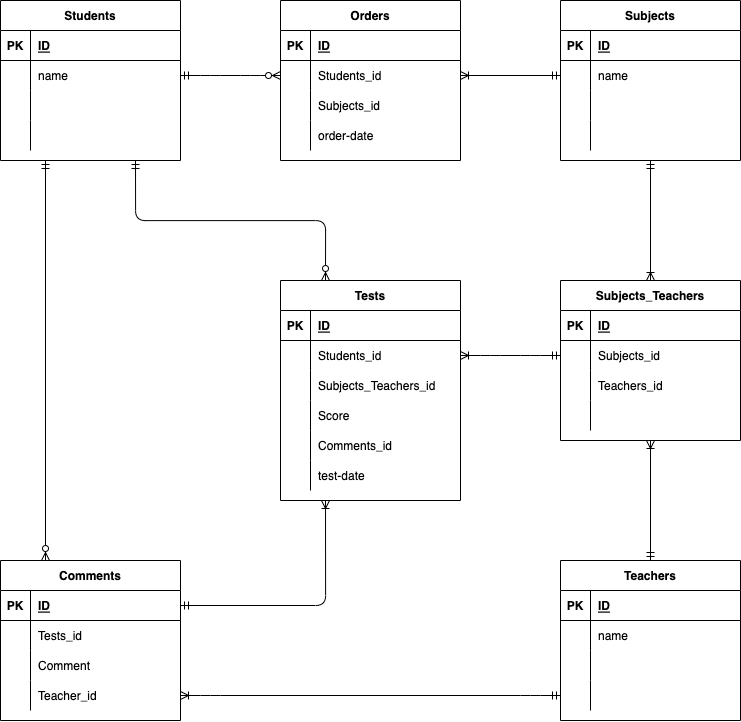
masanarimiura/20220520_miura keeps this draw.io diagram as index.drawio.png. Above is the earlier version. Source tidied: cells renumbered, new cells last; positions are measured from the earlier drawing's top-left corner, leaving out a move shared by most shapes.
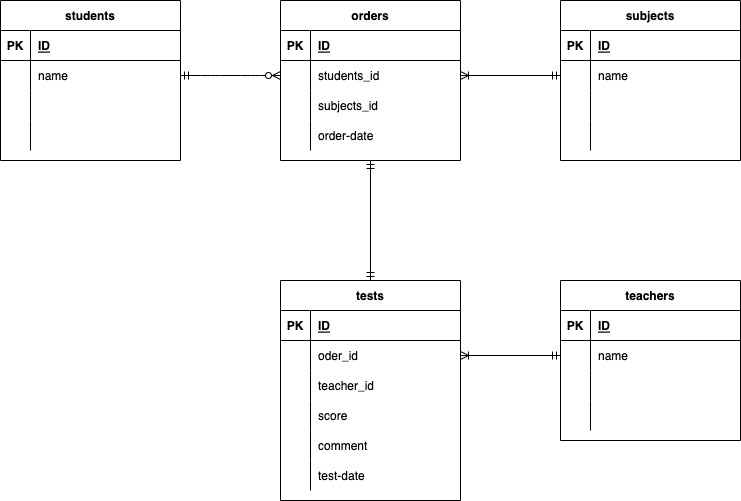
Later version of the same file.

Change to the diagram source:
```diff
@@ -2,7 +2,7 @@
   <root>
     <mxCell id="0" />
     <mxCell id="1" parent="0" />
-    <mxCell id="2" value="Students" style="shape=table;startSize=30;rowLines=0;fontStyle=1;align=center;" parent="1" vertex="1">
+    <mxCell id="2" value="students" style="shape=table;startSize=30;rowLines=0;fontStyle=1;align=center;" parent="1" vertex="1">
       <mxGeometry width="180" height="160" as="geometry" />
     </mxCell>
     <mxCell id="3" style="shape=partialRectangle;fillColor=none;top=0;left=0;bottom=1;right=0;" parent="2" vertex="1">
@@ -41,8 +41,8 @@
     <mxCell id="14" style="shape=partialRectangle;fillColor=none;top=0;left=0;bottom=0;right=0;align=left;spacingLeft=6;overflow=hidden;" parent="12" vertex="1">
       <mxGeometry x="30" width="150" height="30" as="geometry" />
     </mxCell>
-    <mxCell id="15" value="Teachers" style="shape=table;startSize=30;rowLines=0;fontStyle=1;align=center;" parent="1" vertex="1">
-      <mxGeometry x="560" y="560" width="180" height="160" as="geometry" />
+    <mxCell id="15" value="teachers" style="shape=table;startSize=30;rowLines=0;fontStyle=1;align=center;" parent="1" vertex="1">
+      <mxGeometry x="560" y="280" width="180" height="160" as="geometry" />
     </mxCell>
     <mxCell id="16" style="shape=partialRectangle;fillColor=none;top=0;left=0;bottom=1;right=0;" parent="15" vertex="1">
       <mxGeometry y="30" width="180" height="30" as="geometry" />
@@ -80,7 +80,7 @@
     <mxCell id="27" style="shape=partialRectangle;fillColor=none;top=0;left=0;bottom=0;right=0;align=left;spacingLeft=6;overflow=hidden;" parent="25" vertex="1">
       <mxGeometry x="30" width="150" height="30" as="geometry" />
     </mxCell>
-    <mxCell id="28" value="Tests" style="shape=table;startSize=30;rowLines=0;fontStyle=1;align=center;" parent="1" vertex="1">
+    <mxCell id="28" value="tests" style="shape=table;startSize=30;rowLines=0;fontStyle=1;align=center;" parent="1" vertex="1">
       <mxGeometry x="280" y="280" width="180" height="220" as="geometry" />
     </mxCell>
     <mxCell id="29" style="shape=partialRectangle;fillColor=none;top=0;left=0;bottom=1;right=0;" parent="28" vertex="1">
@@ -98,7 +98,7 @@
     <mxCell id="33" style="shape=partialRectangle;fillColor=none;top=0;left=0;bottom=0;right=0;overflow=hidden;" parent="32" vertex="1">
       <mxGeometry width="30" height="30" as="geometry" />
     </mxCell>
-    <mxCell id="34" value="Students_id" style="shape=partialRectangle;fillColor=none;top=0;left=0;bottom=0;right=0;align=left;spacingLeft=6;overflow=hidden;" parent="32" vertex="1">
+    <mxCell id="34" value="oder_id" style="shape=partialRectangle;fillColor=none;top=0;left=0;bottom=0;right=0;align=left;spacingLeft=6;overflow=hidden;" parent="32" vertex="1">
       <mxGeometry x="30" width="150" height="30" as="geometry" />
     </mxCell>
     <mxCell id="35" style="shape=partialRectangle;fillColor=none;top=0;left=0;bottom=0;right=0;" parent="28" vertex="1">
@@ -107,7 +107,7 @@
     <mxCell id="36" style="shape=partialRectangle;fillColor=none;top=0;left=0;bottom=0;right=0;overflow=hidden;" parent="35" vertex="1">
       <mxGeometry width="30" height="30" as="geometry" />
     </mxCell>
-    <mxCell id="37" value="Subjects_Teachers_id" style="shape=partialRectangle;fillColor=none;top=0;left=0;bottom=0;right=0;align=left;spacingLeft=6;overflow=hidden;" parent="35" vertex="1">
+    <mxCell id="37" value="teacher_id" style="shape=partialRectangle;fillColor=none;top=0;left=0;bottom=0;right=0;align=left;spacingLeft=6;overflow=hidden;" parent="35" vertex="1">
       <mxGeometry x="30" width="150" height="30" as="geometry" />
     </mxCell>
     <mxCell id="38" style="shape=partialRectangle;fillColor=none;top=0;left=0;bottom=0;right=0;" parent="28" vertex="1">
@@ -116,7 +116,7 @@
     <mxCell id="39" style="shape=partialRectangle;fillColor=none;top=0;left=0;bottom=0;right=0;overflow=hidden;" parent="38" vertex="1">
       <mxGeometry width="30" height="30" as="geometry" />
     </mxCell>
-    <mxCell id="40" value="Score" style="shape=partialRectangle;fillColor=none;top=0;left=0;bottom=0;right=0;align=left;spacingLeft=6;overflow=hidden;" parent="38" vertex="1">
+    <mxCell id="40" value="score" style="shape=partialRectangle;fillColor=none;top=0;left=0;bottom=0;right=0;align=left;spacingLeft=6;overflow=hidden;" parent="38" vertex="1">
       <mxGeometry x="30" width="150" height="30" as="geometry" />
     </mxCell>
     <mxCell id="41" style="shape=partialRectangle;fillColor=none;top=0;left=0;bottom=0;right=0;" parent="28" vertex="1">
@@ -125,7 +125,7 @@
     <mxCell id="42" style="shape=partialRectangle;fillColor=none;top=0;left=0;bottom=0;right=0;overflow=hidden;" parent="41" vertex="1">
       <mxGeometry width="30" height="30" as="geometry" />
     </mxCell>
-    <mxCell id="43" value="Comments_id" style="shape=partialRectangle;fillColor=none;top=0;left=0;bottom=0;right=0;align=left;spacingLeft=6;overflow=hidden;" parent="41" vertex="1">
+    <mxCell id="43" value="comment" style="shape=partialRectangle;fillColor=none;top=0;left=0;bottom=0;right=0;align=left;spacingLeft=6;overflow=hidden;" parent="41" vertex="1">
       <mxGeometry x="30" width="150" height="30" as="geometry" />
     </mxCell>
     <mxCell id="44" style="shape=partialRectangle;fillColor=none;top=0;left=0;bottom=0;right=0;" parent="28" vertex="1">
@@ -137,46 +137,7 @@
     <mxCell id="46" value="test-date" style="shape=partialRectangle;fillColor=none;top=0;left=0;bottom=0;right=0;align=left;spacingLeft=6;overflow=hidden;" parent="44" vertex="1">
       <mxGeometry x="30" width="150" height="30" as="geometry" />
     </mxCell>
-    <mxCell id="47" value="Subjects_Teachers" style="shape=table;startSize=30;rowLines=0;fontStyle=1;align=center;" parent="1" vertex="1">
-      <mxGeometry x="560" y="280" width="180" height="160" as="geometry" />
-    </mxCell>
-    <mxCell id="48" style="shape=partialRectangle;fillColor=none;top=0;left=0;bottom=1;right=0;" parent="47" vertex="1">
-      <mxGeometry y="30" width="180" height="30" as="geometry" />
-    </mxCell>
-    <mxCell id="49" value="PK" style="shape=partialRectangle;fillColor=none;top=0;left=0;bottom=0;right=0;fontStyle=1;overflow=hidden;" parent="48" vertex="1">
-      <mxGeometry width="30" height="30" as="geometry" />
-    </mxCell>
-    <mxCell id="50" value="ID" style="shape=partialRectangle;fillColor=none;top=0;left=0;bottom=0;right=0;align=left;spacingLeft=6;fontStyle=5;overflow=hidden;" parent="48" vertex="1">
-      <mxGeometry x="30" width="150" height="30" as="geometry" />
-    </mxCell>
-    <mxCell id="51" style="shape=partialRectangle;fillColor=none;top=0;left=0;bottom=0;right=0;points=[[0,0.5],[1,0.5]];portConstraint=eastwest;" parent="47" vertex="1">
-      <mxGeometry y="60" width="180" height="30" as="geometry" />
-    </mxCell>
-    <mxCell id="52" style="shape=partialRectangle;fillColor=none;top=0;left=0;bottom=0;right=0;overflow=hidden;" parent="51" vertex="1">
-      <mxGeometry width="30" height="30" as="geometry" />
-    </mxCell>
-    <mxCell id="53" value="Subjects_id" style="shape=partialRectangle;fillColor=none;top=0;left=0;bottom=0;right=0;align=left;spacingLeft=6;overflow=hidden;" parent="51" vertex="1">
-      <mxGeometry x="30" width="150" height="30" as="geometry" />
-    </mxCell>
-    <mxCell id="54" style="shape=partialRectangle;fillColor=none;top=0;left=0;bottom=0;right=0;" parent="47" vertex="1">
-      <mxGeometry y="90" width="180" height="30" as="geometry" />
-    </mxCell>
-    <mxCell id="55" style="shape=partialRectangle;fillColor=none;top=0;left=0;bottom=0;right=0;overflow=hidden;" parent="54" vertex="1">
-      <mxGeometry width="30" height="30" as="geometry" />
-    </mxCell>
-    <mxCell id="56" value="Teachers_id" style="shape=partialRectangle;fillColor=none;top=0;left=0;bottom=0;right=0;align=left;spacingLeft=6;overflow=hidden;" parent="54" vertex="1">
-      <mxGeometry x="30" width="150" height="30" as="geometry" />
-    </mxCell>
-    <mxCell id="57" style="shape=partialRectangle;fillColor=none;top=0;left=0;bottom=0;right=0;" parent="47" vertex="1">
-      <mxGeometry y="120" width="180" height="30" as="geometry" />
-    </mxCell>
-    <mxCell id="58" style="shape=partialRectangle;fillColor=none;top=0;left=0;bottom=0;right=0;overflow=hidden;" parent="57" vertex="1">
-      <mxGeometry width="30" height="30" as="geometry" />
-    </mxCell>
-    <mxCell id="59" style="shape=partialRectangle;fillColor=none;top=0;left=0;bottom=0;right=0;align=left;spacingLeft=6;overflow=hidden;" parent="57" vertex="1">
-      <mxGeometry x="30" width="150" height="30" as="geometry" />
-    </mxCell>
-    <mxCell id="60" value="Subjects" style="shape=table;startSize=30;rowLines=0;fontStyle=1;align=center;" parent="1" vertex="1">
+    <mxCell id="60" value="subjects" style="shape=table;startSize=30;rowLines=0;fontStyle=1;align=center;" parent="1" vertex="1">
       <mxGeometry x="560" width="180" height="160" as="geometry" />
     </mxCell>
     <mxCell id="61" style="shape=partialRectangle;fillColor=none;top=0;left=0;bottom=1;right=0;" parent="60" vertex="1">
@@ -215,7 +176,7 @@
     <mxCell id="72" style="shape=partialRectangle;fillColor=none;top=0;left=0;bottom=0;right=0;align=left;spacingLeft=6;overflow=hidden;" parent="70" vertex="1">
       <mxGeometry x="30" width="150" height="30" as="geometry" />
     </mxCell>
-    <mxCell id="73" value="Orders" style="shape=table;startSize=30;rowLines=0;fontStyle=1;align=center;" parent="1" vertex="1">
+    <mxCell id="73" value="orders" style="shape=table;startSize=30;rowLines=0;fontStyle=1;align=center;" parent="1" vertex="1">
       <mxGeometry x="280" width="180" height="160" as="geometry" />
     </mxCell>
     <mxCell id="74" style="shape=partialRectangle;fillColor=none;top=0;left=0;bottom=1;right=0;" parent="73" vertex="1">
@@ -233,7 +194,7 @@
     <mxCell id="78" style="shape=partialRectangle;fillColor=none;top=0;left=0;bottom=0;right=0;fontStyle=0;overflow=hidden;" parent="77" vertex="1">
       <mxGeometry width="30" height="30" as="geometry" />
     </mxCell>
-    <mxCell id="79" value="Students_id" style="shape=partialRectangle;fillColor=none;top=0;left=0;bottom=0;right=0;align=left;spacingLeft=6;fontStyle=0;overflow=hidden;" parent="77" vertex="1">
+    <mxCell id="79" value="students_id" style="shape=partialRectangle;fillColor=none;top=0;left=0;bottom=0;right=0;align=left;spacingLeft=6;fontStyle=0;overflow=hidden;" parent="77" vertex="1">
       <mxGeometry x="30" width="150" height="30" as="geometry" />
     </mxCell>
     <mxCell id="80" style="shape=partialRectangle;fillColor=none;top=0;left=0;bottom=0;right=0;" parent="73" vertex="1">
@@ -242,7 +203,7 @@
     <mxCell id="81" style="shape=partialRectangle;fillColor=none;top=0;left=0;bottom=0;right=0;overflow=hidden;" parent="80" vertex="1">
       <mxGeometry width="30" height="30" as="geometry" />
     </mxCell>
-    <mxCell id="82" value="Subjects_id" style="shape=partialRectangle;fillColor=none;top=0;left=0;bottom=0;right=0;align=left;spacingLeft=6;overflow=hidden;" parent="80" vertex="1">
+    <mxCell id="82" value="subjects_id" style="shape=partialRectangle;fillColor=none;top=0;left=0;bottom=0;right=0;align=left;spacingLeft=6;overflow=hidden;" parent="80" vertex="1">
       <mxGeometry x="30" width="150" height="30" as="geometry" />
     </mxCell>
     <mxCell id="83" style="shape=partialRectangle;fillColor=none;top=0;left=0;bottom=0;right=0;" parent="73" vertex="1">
@@ -254,45 +215,6 @@
     <mxCell id="85" value="order-date" style="shape=partialRectangle;fillColor=none;top=0;left=0;bottom=0;right=0;align=left;spacingLeft=6;overflow=hidden;" parent="83" vertex="1">
       <mxGeometry x="30" width="150" height="30" as="geometry" />
     </mxCell>
-    <mxCell id="86" value="Comments" style="shape=table;startSize=30;rowLines=0;fontStyle=1;align=center;" parent="1" vertex="1">
-      <mxGeometry y="560" width="180" height="160" as="geometry" />
-    </mxCell>
-    <mxCell id="87" style="shape=partialRectangle;fillColor=none;top=0;left=0;bottom=1;right=0;points=[[0,0.5],[1,0.5]];portConstraint=eastwest;" parent="86" vertex="1">
-      <mxGeometry y="30" width="180" height="30" as="geometry" />
-    </mxCell>
-    <mxCell id="88" value="PK" style="shape=partialRectangle;fillColor=none;top=0;left=0;bottom=0;right=0;fontStyle=1;overflow=hidden;" parent="87" vertex="1">
-      <mxGeometry width="30" height="30" as="geometry" />
-    </mxCell>
-    <mxCell id="89" value="ID" style="shape=partialRectangle;fillColor=none;top=0;left=0;bottom=0;right=0;align=left;spacingLeft=6;fontStyle=5;overflow=hidden;" parent="87" vertex="1">
-      <mxGeometry x="30" width="150" height="30" as="geometry" />
-    </mxCell>
-    <mxCell id="90" style="shape=partialRectangle;fillColor=none;top=0;left=0;bottom=0;right=0;" parent="86" vertex="1">
-      <mxGeometry y="60" width="180" height="30" as="geometry" />
-    </mxCell>
-    <mxCell id="91" style="shape=partialRectangle;fillColor=none;top=0;left=0;bottom=0;right=0;overflow=hidden;" parent="90" vertex="1">
-      <mxGeometry width="30" height="30" as="geometry" />
-    </mxCell>
-    <mxCell id="92" value="Tests_id" style="shape=partialRectangle;fillColor=none;top=0;left=0;bottom=0;right=0;align=left;spacingLeft=6;overflow=hidden;" parent="90" vertex="1">
-      <mxGeometry x="30" width="150" height="30" as="geometry" />
-    </mxCell>
-    <mxCell id="93" style="shape=partialRectangle;fillColor=none;top=0;left=0;bottom=0;right=0;" parent="86" vertex="1">
-      <mxGeometry y="90" width="180" height="30" as="geometry" />
-    </mxCell>
-    <mxCell id="94" style="shape=partialRectangle;fillColor=none;top=0;left=0;bottom=0;right=0;overflow=hidden;" parent="93" vertex="1">
-      <mxGeometry width="30" height="30" as="geometry" />
-    </mxCell>
-    <mxCell id="95" value="Comment" style="shape=partialRectangle;fillColor=none;top=0;left=0;bottom=0;right=0;align=left;spacingLeft=6;overflow=hidden;" parent="93" vertex="1">
-      <mxGeometry x="30" width="150" height="30" as="geometry" />
-    </mxCell>
-    <mxCell id="96" style="shape=partialRectangle;fillColor=none;top=0;left=0;bottom=0;right=0;points=[[0,0.5],[1,0.5]];portConstraint=eastwest;" parent="86" vertex="1">
-      <mxGeometry y="120" width="180" height="30" as="geometry" />
-    </mxCell>
-    <mxCell id="97" style="shape=partialRectangle;fillColor=none;top=0;left=0;bottom=0;right=0;overflow=hidden;" parent="96" vertex="1">
-      <mxGeometry width="30" height="30" as="geometry" />
-    </mxCell>
-    <mxCell id="98" value="Teacher_id" style="shape=partialRectangle;fillColor=none;top=0;left=0;bottom=0;right=0;align=left;spacingLeft=6;overflow=hidden;" parent="96" vertex="1">
-      <mxGeometry x="30" width="150" height="30" as="geometry" />
-    </mxCell>
     <mxCell id="99" style="edgeStyle=entityRelationEdgeStyle;fontSize=12;html=1;endArrow=ERzeroToMany;startArrow=ERmandOne;exitX=1;exitY=0.5;exitDx=0;exitDy=0;entryX=0;entryY=0.5;entryDx=0;entryDy=0;" parent="1" edge="1" source="6" target="77">
       <mxGeometry relative="1" as="geometry" />
     </mxCell>
@@ -301,26 +223,11 @@
         <mxPoint x="560" y="75" as="sourcePoint" />
       </mxGeometry>
     </mxCell>
-    <mxCell id="101" style="fontSize=12;html=1;endArrow=ERoneToMany;startArrow=ERmandOne;entryX=0.5;entryY=0;entryDx=0;entryDy=0;exitX=0.5;exitY=1;exitDx=0;exitDy=0;" parent="1" edge="1" source="60" target="47">
-      <mxGeometry relative="1" as="geometry" />
-    </mxCell>
-    <mxCell id="102" style="fontSize=12;html=1;endArrow=ERoneToMany;startArrow=ERmandOne;exitX=0.5;exitY=0;exitDx=0;exitDy=0;entryX=0.5;entryY=1;entryDx=0;entryDy=0;" parent="1" edge="1" source="15" target="47">
-      <mxGeometry relative="1" as="geometry" />
-    </mxCell>
-    <mxCell id="103" style="edgeStyle=entityRelationEdgeStyle;fontSize=12;html=1;endArrow=ERoneToMany;startArrow=ERmandOne;exitX=0;exitY=0.5;exitDx=0;exitDy=0;entryX=1;entryY=0.5;entryDx=0;entryDy=0;" parent="1" edge="1" source="51" target="32">
+    <mxCell id="103" style="fontSize=12;html=1;endArrow=ERoneToMany;startArrow=ERmandOne;entryX=1;entryY=0.5;entryDx=0;entryDy=0;exitX=0;exitY=0.5;exitDx=0;exitDy=0;" parent="1" edge="1" source="19" target="32">
       <mxGeometry relative="1" as="geometry" />
     </mxCell>
-    <mxCell id="104" style="edgeStyle=orthogonalEdgeStyle;fontSize=12;html=1;endArrow=ERzeroToMany;startArrow=ERmandOne;exitX=0.75;exitY=1;exitDx=0;exitDy=0;entryX=0.25;entryY=0;entryDx=0;entryDy=0;" parent="1" edge="1" source="2" target="28">
-      <mxGeometry relative="1" as="geometry" />
-    </mxCell>
-    <mxCell id="105" style="fontSize=12;html=1;endArrow=ERzeroToMany;startArrow=ERmandOne;exitX=0.25;exitY=1;exitDx=0;exitDy=0;entryX=0.25;entryY=0;entryDx=0;entryDy=0;" parent="1" edge="1" source="2" target="86">
-      <mxGeometry relative="1" as="geometry" />
-    </mxCell>
-    <mxCell id="106" style="edgeStyle=orthogonalEdgeStyle;fontSize=12;html=1;endArrow=ERoneToMany;startArrow=ERmandOne;exitX=1;exitY=0.5;exitDx=0;exitDy=0;entryX=0.25;entryY=1;entryDx=0;entryDy=0;" parent="1" edge="1" source="87" target="28">
-      <mxGeometry relative="1" as="geometry" />
-    </mxCell>
-    <mxCell id="107" style="edgeStyle=entityRelationEdgeStyle;fontSize=12;html=1;endArrow=ERoneToMany;startArrow=ERmandOne;exitX=0;exitY=0.5;exitDx=0;exitDy=0;entryX=1;entryY=0.5;entryDx=0;entryDy=0;" parent="1" edge="1" source="25" target="96">
-      <mxGeometry relative="1" as="geometry" />
-    </mxCell>
+    <mxCell id="108" style="fontSize=12;html=1;endArrow=ERmandOne;startArrow=ERmandOne;entryX=0.5;entryY=1;entryDx=0;entryDy=0;exitX=0.5;exitY=0;exitDx=0;exitDy=0;" parent="1" edge="1" source="28" target="73">
+      <mxGeometry relative="1" as="geometry" />
+    </mxCell>
   </root>
 </mxGraphModel>
```
